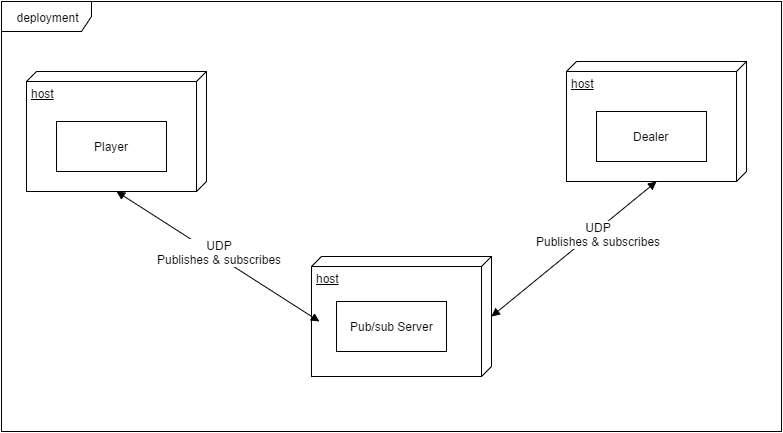
Above: Report/figure/Deployment.png in Rotvig/Architecture-and-Design-of-Distributed-Dependable-Systems-TI-ARDI (draw.io), before the change. Source tidied: cells renumbered, new cells last; positions are measured from the earlier drawing's top-left corner, leaving out a move shared by most shapes.
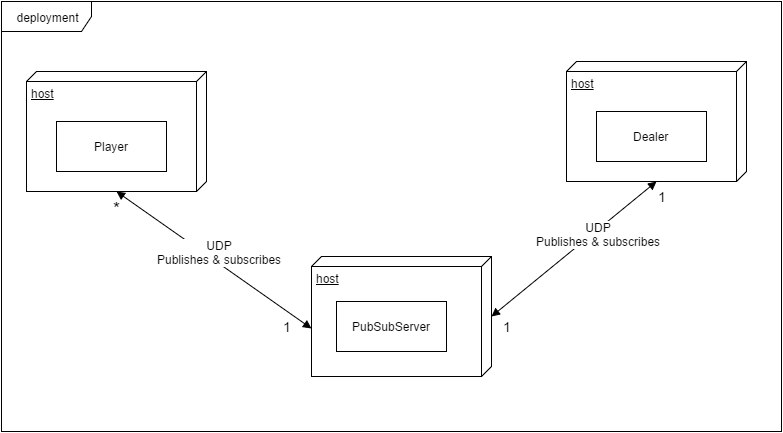
The same file after the commit.

The edit, as a diff of the source:
```diff
@@ -14,14 +14,16 @@
     <mxCell id="5" value="Player" style="html=1;" parent="1" vertex="1">
       <mxGeometry x="55" y="120" width="110" height="50" as="geometry" />
     </mxCell>
-    <mxCell id="6" value="Pub/sub Server" style="html=1;" parent="1" vertex="1">
+    <mxCell id="6" value="PubSubServer" style="html=1;" parent="1" vertex="1">
       <mxGeometry x="335" y="300" width="110" height="50" as="geometry" />
     </mxCell>
     <mxCell id="7" value="Dealer" style="html=1;" parent="1" vertex="1">
       <mxGeometry x="595" y="110" width="110" height="50" as="geometry" />
     </mxCell>
-    <mxCell id="8" style="endArrow=block;startArrow=block;endFill=1;startFill=1;html=1;exitX=1;exitY=0.5;entryX=0.542;entryY=0.956;entryPerimeter=0;" parent="1" edge="1" source="2" target="3">
-      <mxGeometry relative="1" as="geometry" />
+    <mxCell id="8" style="endArrow=block;startArrow=block;endFill=1;startFill=1;html=1;exitX=1;exitY=0.5;" parent="1" edge="1" source="2">
+      <mxGeometry relative="1" as="geometry">
+        <mxPoint x="310" y="327" as="targetPoint" />
+      </mxGeometry>
     </mxCell>
     <mxCell id="9" style="endArrow=block;startArrow=block;endFill=1;startFill=1;html=1;exitX=0.5;exitY=0;entryX=1;entryY=0.5;" parent="1" edge="1" source="3" target="4">
       <mxGeometry relative="1" as="geometry" />
@@ -39,5 +41,17 @@
     <mxCell id="12" value="deployment" style="shape=umlFrame;whiteSpace=wrap;html=1;width=90;height=30;" parent="1" vertex="1">
       <mxGeometry width="780" height="430" as="geometry" />
     </mxCell>
+    <mxCell id="13" value="&lt;font style=&quot;font-size: 18px&quot;&gt;*&lt;/font&gt;" style="text;html=1;align=left;verticalAlign=top;spacingTop=-4;" parent="1" vertex="1">
+      <mxGeometry x="110" y="195" width="20" height="20" as="geometry" />
+    </mxCell>
+    <mxCell id="14" value="&lt;font style=&quot;font-size: 14px&quot;&gt;1&lt;/font&gt;" style="text;html=1;align=left;verticalAlign=top;spacingTop=-4;" parent="1" vertex="1">
+      <mxGeometry x="280" y="315" width="20" height="20" as="geometry" />
+    </mxCell>
+    <mxCell id="15" value="&lt;font style=&quot;font-size: 14px&quot;&gt;1&lt;/font&gt;" style="text;html=1;align=left;verticalAlign=top;spacingTop=-4;" parent="1" vertex="1">
+      <mxGeometry x="500" y="315" width="20" height="20" as="geometry" />
+    </mxCell>
+    <mxCell id="16" value="&lt;font style=&quot;font-size: 14px&quot;&gt;1&lt;/font&gt;" style="text;html=1;align=left;verticalAlign=top;spacingTop=-4;" parent="1" vertex="1">
+      <mxGeometry x="655" y="185" width="20" height="20" as="geometry" />
+    </mxCell>
   </root>
 </mxGraphModel>
```
